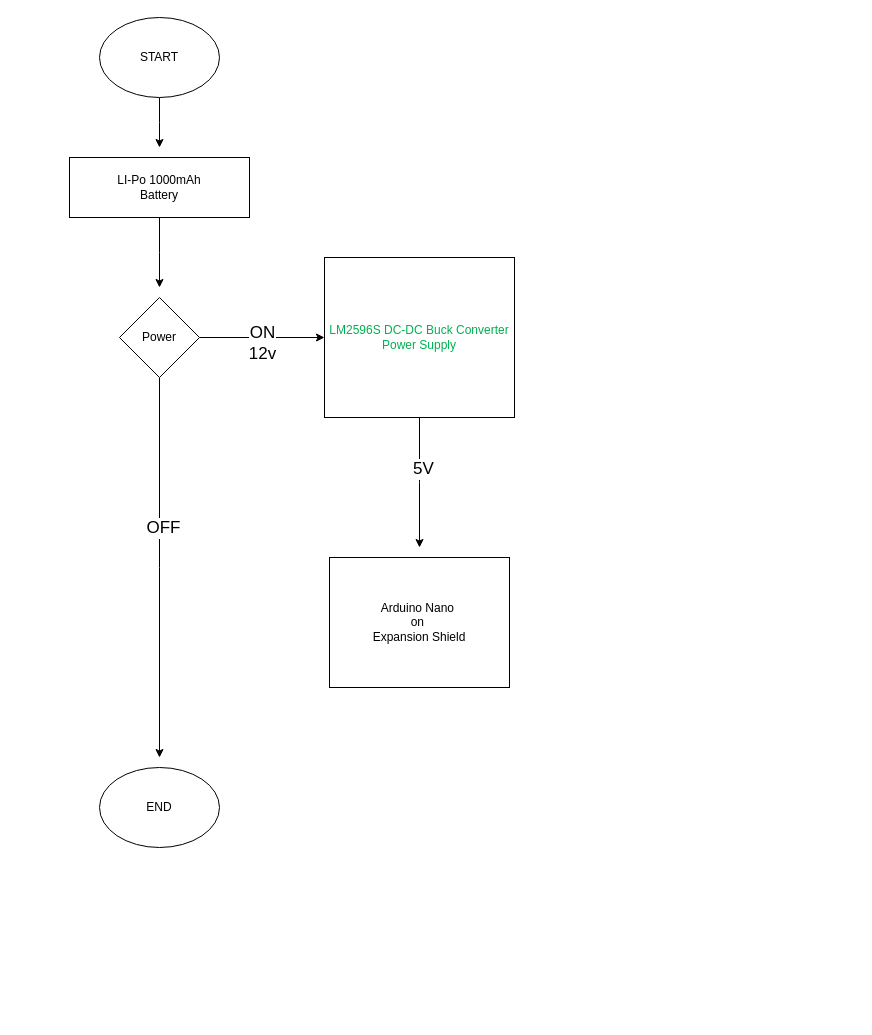
Before: Untitled Diagram.drawio in akashannd/SpiderRobo, a draw.io diagram. Source tidied: cells renumbered, new cells numbered last; positions are measured from the earlier drawing's top-left corner, leaving out a move shared by most shapes. Both pictures are drawn from the tidied source at 100%, with x=0, y=0 at pixel (69, 17).
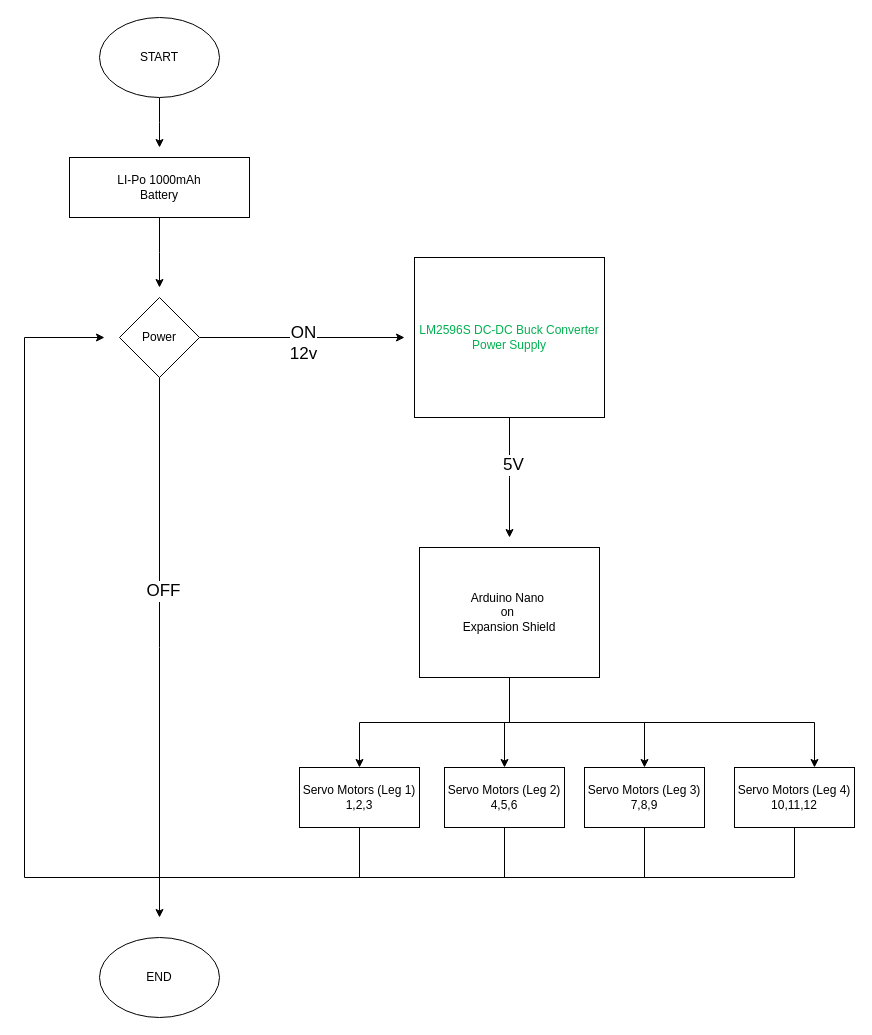
The same page after the edit.

Unchanged cells that the change refers to:
```xml
<mxCell id="14" value="Power" style="rhombus;whiteSpace=wrap;html=1;" parent="1" vertex="1">
  <mxGeometry x="50" y="280" width="80" height="80" as="geometry" />
</mxCell>
```

Diff of the diagram source:
```diff
@@
+    <mxCell id="16" style="edgeStyle=orthogonalEdgeStyle;rounded=0;jettySize=auto;html=1;" parent="1" edge="1" source="2" target="20">
+      <mxGeometry relative="1" as="geometry">
+        <Array as="points">
+          <mxPoint x="440" y="705" />
+          <mxPoint x="745" y="705" />
+          <mxPoint x="745" y="780" />
+        </Array>
+      </mxGeometry>
+    </mxCell>
+    <mxCell id="17" style="edgeStyle=orthogonalEdgeStyle;rounded=0;jettySize=auto;html=1;" parent="1" edge="1" source="2" target="21">
+      <mxGeometry relative="1" as="geometry" />
+    </mxCell>
+    <mxCell id="18" style="edgeStyle=orthogonalEdgeStyle;rounded=0;jettySize=auto;html=1;" parent="1" edge="1" source="2" target="22">
+      <mxGeometry relative="1" as="geometry" />
+    </mxCell>
+    <mxCell id="19" style="edgeStyle=orthogonalEdgeStyle;rounded=0;jettySize=auto;html=1;" parent="1" edge="1" source="2" target="24">
+      <mxGeometry relative="1" as="geometry" />
+    </mxCell>
     <mxCell id="2" value="Arduino Nano&amp;nbsp;&lt;div&gt;on&amp;nbsp;&lt;/div&gt;&lt;div&gt;Expansion Shield&lt;/div&gt;" style="rounded=0;whiteSpace=wrap;html=1;" parent="1" vertex="1">
-      <mxGeometry x="260" y="540" width="180" height="130" as="geometry" />
+      <mxGeometry x="350" y="530" width="180" height="130" as="geometry" />
     </mxCell>
@@
     <mxCell id="5" style="edgeStyle=orthogonalEdgeStyle;rounded=0;jettySize=auto;html=1;" parent="1" edge="1" source="7">
       <mxGeometry relative="1" as="geometry">
-        <mxPoint x="350" y="530" as="targetPoint" />
+        <mxPoint x="440" y="520" as="targetPoint" />
       </mxGeometry>
     </mxCell>
@@
     <mxCell id="7" value="&lt;span id=&quot;docs-internal-guid-cb007342-7fff-e742-d5ec-4286a9313ec5&quot;&gt;&lt;span style=&quot;font-family: Arial, sans-serif; background-color: transparent; font-variant-numeric: normal; font-variant-east-asian: normal; font-variant-alternates: normal; font-variant-position: normal; font-variant-emoji: normal; vertical-align: baseline; white-space-collapse: preserve;&quot;&gt;&lt;font style=&quot;color: light-dark(rgb(0, 176, 80), rgb(255, 255, 255));&quot;&gt;LM2596S DC-DC Buck Converter Power Supply&lt;/font&gt;&lt;/span&gt;&lt;/span&gt;" style="rounded=0;whiteSpace=wrap;html=1;" parent="1" vertex="1">
-      <mxGeometry x="255" y="240" width="190" height="160" as="geometry" />
+      <mxGeometry x="345" y="240" width="190" height="160" as="geometry" />
     </mxCell>
@@
     <mxCell id="10" style="edgeStyle=orthogonalEdgeStyle;rounded=0;jettySize=auto;html=1;" parent="1" edge="1" source="14">
       <mxGeometry relative="1" as="geometry">
-        <mxPoint x="255" y="320" as="targetPoint" />
+        <mxPoint x="335" y="320" as="targetPoint" />
       </mxGeometry>
     </mxCell>
@@
     <mxCell id="12" style="edgeStyle=orthogonalEdgeStyle;rounded=0;jettySize=auto;html=1;" parent="1" edge="1" source="14">
       <mxGeometry relative="1" as="geometry">
-        <mxPoint x="90" y="740" as="targetPoint" />
+        <mxPoint x="90" y="900" as="targetPoint" />
       </mxGeometry>
     </mxCell>
@@
     <mxCell id="15" value="END" style="ellipse;whiteSpace=wrap;html=1;" parent="1" vertex="1">
-      <mxGeometry x="30" y="750" width="120" height="80" as="geometry" />
+      <mxGeometry x="30" y="920" width="120" height="80" as="geometry" />
     </mxCell>
+    <mxCell id="20" value="Servo Motors (Leg 4)&lt;div&gt;10,11,12&lt;/div&gt;" style="whiteSpace=wrap;html=1;rounded=0;" parent="1" vertex="1">
+      <mxGeometry x="665" y="750" width="120" height="60" as="geometry" />
+    </mxCell>
+    <mxCell id="21" value="Servo Motors (Leg 3)&lt;div&gt;7,8,9&lt;/div&gt;" style="whiteSpace=wrap;html=1;rounded=0;" parent="1" vertex="1">
+      <mxGeometry x="515" y="750" width="120" height="60" as="geometry" />
+    </mxCell>
+    <mxCell id="22" value="Servo Motors (Leg 1)&lt;div&gt;1,2,3&lt;/div&gt;" style="whiteSpace=wrap;html=1;rounded=0;" parent="1" vertex="1">
+      <mxGeometry x="230" y="750" width="120" height="60" as="geometry" />
+    </mxCell>
+    <mxCell id="23" style="edgeStyle=orthogonalEdgeStyle;rounded=0;jettySize=auto;html=1;" parent="1" edge="1" source="24">
+      <mxGeometry relative="1" as="geometry">
+        <mxPoint x="35" y="320" as="targetPoint" />
+        <Array as="points">
+          <mxPoint x="435" y="860" />
+          <mxPoint x="-45" y="860" />
+        </Array>
+      </mxGeometry>
+    </mxCell>
+    <mxCell id="24" value="Servo Motors (Leg 2)&lt;div&gt;4,5,6&lt;/div&gt;" style="whiteSpace=wrap;html=1;rounded=0;" parent="1" vertex="1">
+      <mxGeometry x="375" y="750" width="120" height="60" as="geometry" />
+    </mxCell>
+    <mxCell id="25" style="endArrow=none;html=1;rounded=0;entryX=0.5;entryY=1;entryDx=0;entryDy=0;" parent="1" edge="1" target="22">
+      <mxGeometry relative="1" as="geometry">
+        <mxPoint x="290" y="860" as="sourcePoint" />
+      </mxGeometry>
+    </mxCell>
+    <mxCell id="26" style="endArrow=none;html=1;rounded=0;entryX=0.5;entryY=1;entryDx=0;entryDy=0;" parent="1" edge="1" target="21">
+      <mxGeometry relative="1" as="geometry">
+        <mxPoint x="575" y="860" as="sourcePoint" />
+      </mxGeometry>
+    </mxCell>
+    <mxCell id="27" style="endArrow=none;html=1;rounded=0;entryX=0.5;entryY=1;entryDx=0;entryDy=0;" parent="1" edge="1" target="20">
+      <mxGeometry relative="1" as="geometry">
+        <mxPoint x="415" y="860" as="sourcePoint" />
+        <Array as="points">
+          <mxPoint x="725" y="860" />
+        </Array>
+      </mxGeometry>
+    </mxCell>
```
